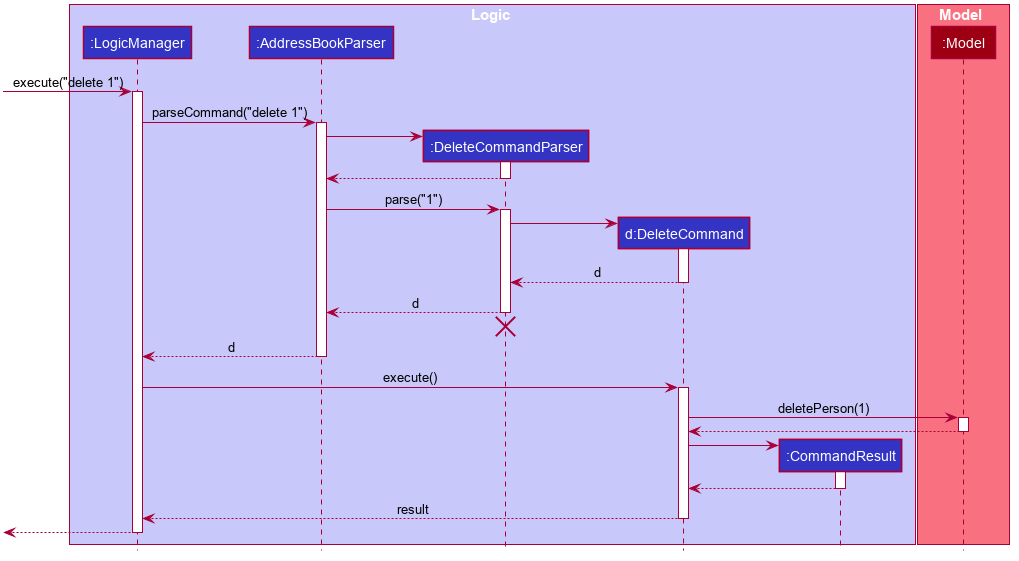
This is docs/images/DeleteSequenceDiagram.png from nus-cs2103-AY2021S2/tp, a PlantUML export, as it was before one commit.
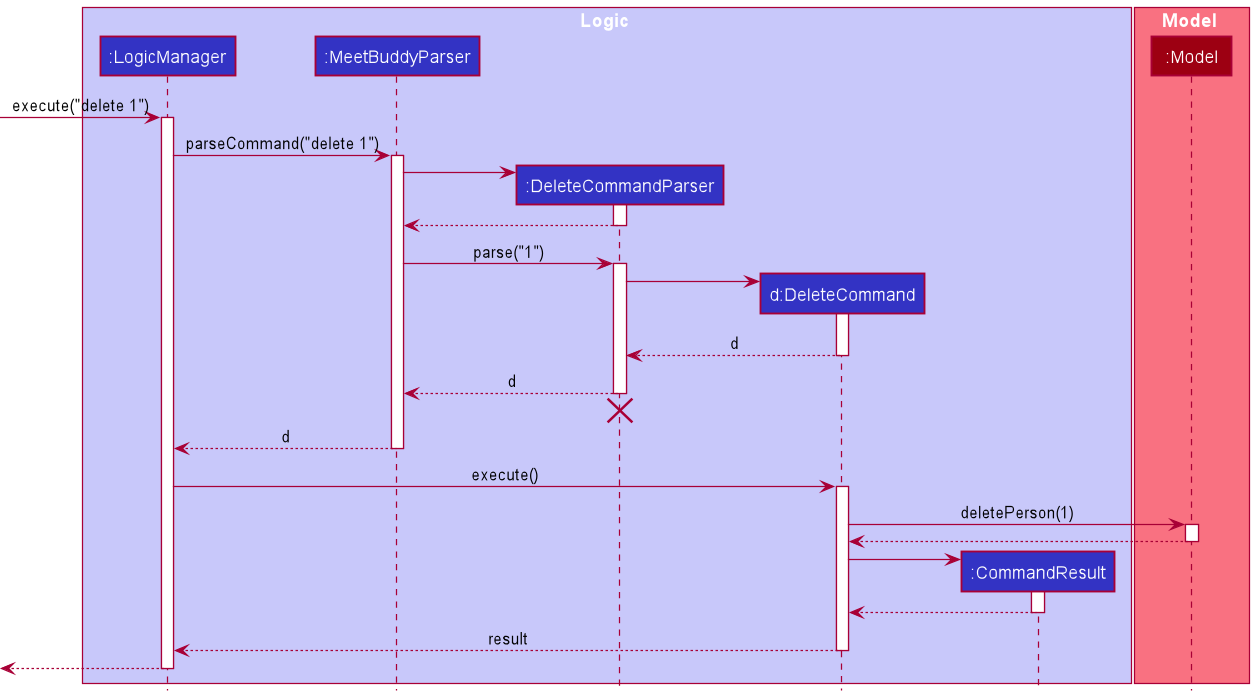
The same diagram one commit later.

Commit message:
Update LogicClassDiagram and DeleteSequenceDiagram to reflect MeetBuddy instead of AddressBook

Change to the diagram source:
```diff
@@ -1,79 +1,32 @@
 @startuml
+!include style.puml
 
-
-
-
-
-
-
-
-skinparam BackgroundColor #FFFFFFF
-
-skinparam Shadowing false
-
-skinparam Class {
-    FontColor #FFFFFF
-    BorderThickness 1
-    BorderColor #FFFFFF
-    StereotypeFontColor #FFFFFF
-    FontName Arial
-}
-
-skinparam Actor {
-    BorderColor #000000
-    Color #000000
-    FontName Arial
-}
-
-skinparam Sequence {
-    MessageAlign center
-    BoxFontSize 15
-    BoxPadding 0
-    BoxFontColor #FFFFFF
-    FontName Arial
-}
-
-skinparam Participant {
-    FontColor #FFFFFFF
-    Padding 20
-}
-
-skinparam MinClassWidth 50
-skinparam ParticipantPadding 10
-skinparam Shadowing false
-skinparam DefaultTextAlignment center
-skinparam packageStyle Rectangle
-
-hide footbox
-hide members
-hide circle
-
-box Logic #C8C8FA
-participant ":LogicManager" as LogicManager #3333C4
-participant ":AddressBookParser" as AddressBookParser #3333C4
-participant ":DeleteCommandParser" as DeleteCommandParser #3333C4
-participant "d:DeleteCommand" as DeleteCommand #3333C4
-participant ":CommandResult" as CommandResult #3333C4
+box Logic LOGIC_COLOR_T1
+participant ":LogicManager" as LogicManager LOGIC_COLOR
+participant ":MeetBuddyParser" as MeetBuddyParser LOGIC_COLOR
+participant ":DeleteCommandParser" as DeleteCommandParser LOGIC_COLOR
+participant "d:DeleteCommand" as DeleteCommand LOGIC_COLOR
+participant ":CommandResult" as CommandResult LOGIC_COLOR
 end box
 
-box Model #F97181
-participant ":Model" as Model #9D0012
+box Model MODEL_COLOR_T1
+participant ":Model" as Model MODEL_COLOR
 end box
 
 [-> LogicManager : execute("delete 1")
 activate LogicManager
 
-LogicManager -> AddressBookParser : parseCommand("delete 1")
-activate AddressBookParser
+LogicManager -> MeetBuddyParser : parseCommand("delete 1")
+activate MeetBuddyParser
 
 create DeleteCommandParser
-AddressBookParser -> DeleteCommandParser
+MeetBuddyParser -> DeleteCommandParser
 activate DeleteCommandParser
 
-DeleteCommandParser --> AddressBookParser
+DeleteCommandParser --> MeetBuddyParser
 deactivate DeleteCommandParser
 
-AddressBookParser -> DeleteCommandParser : parse("1")
+MeetBuddyParser -> DeleteCommandParser : parse("1")
 activate DeleteCommandParser
 
 create DeleteCommand
@@ -83,13 +36,13 @@
 DeleteCommand --> DeleteCommandParser : d
 deactivate DeleteCommand
 
-DeleteCommandParser --> AddressBookParser : d
+DeleteCommandParser --> MeetBuddyParser : d
 deactivate DeleteCommandParser
-DeleteCommandParser -[hidden]-> AddressBookParser
+DeleteCommandParser -[hidden]-> MeetBuddyParser
 destroy DeleteCommandParser
 
-AddressBookParser --> LogicManager : d
-deactivate AddressBookParser
+MeetBuddyParser --> LogicManager : d
+deactivate MeetBuddyParser
 
 LogicManager -> DeleteCommand : execute()
 activate DeleteCommand
```
